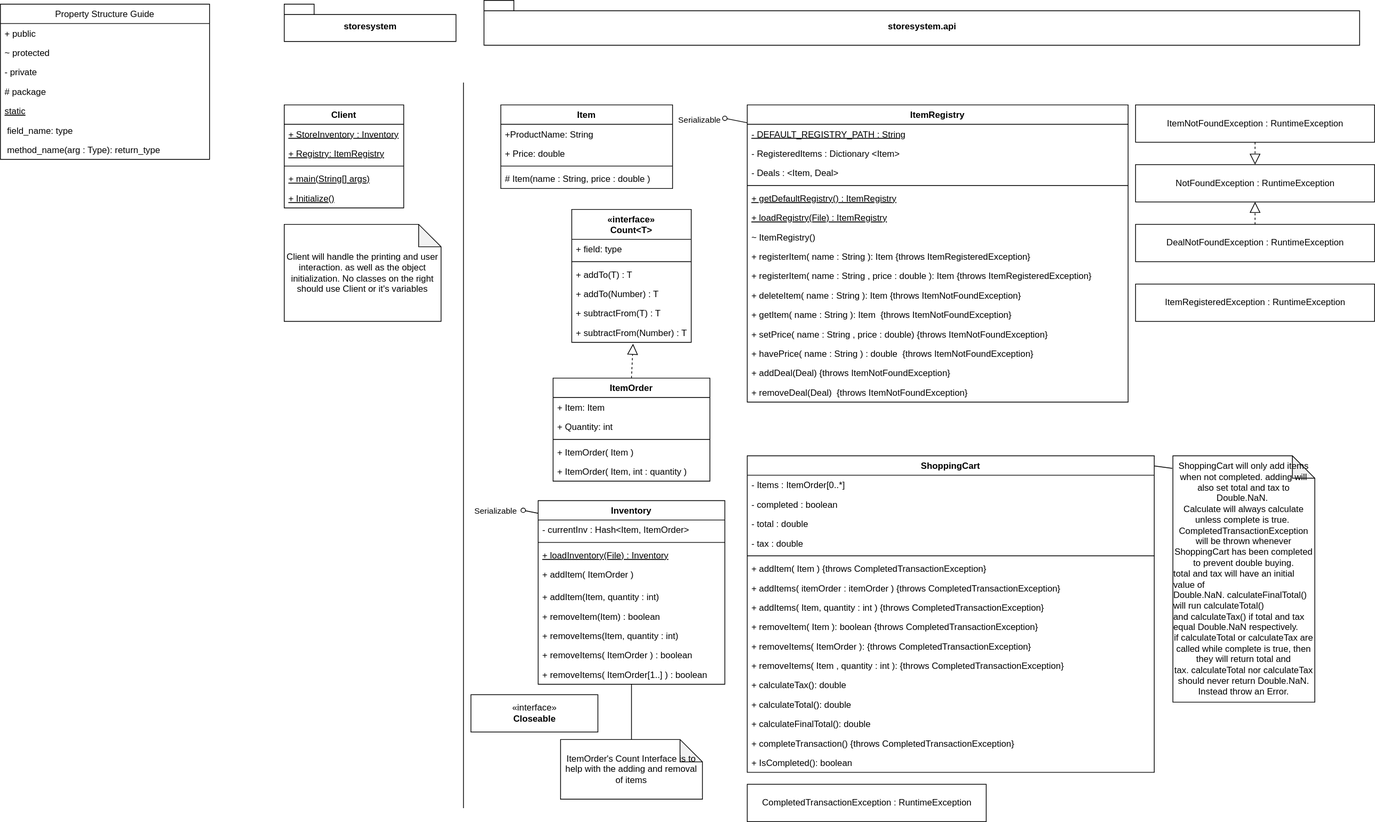
This is Diagram.svg from merlin2v/StoreSystem, a draw.io export, as it was before one commit. Source tidied: cells renumbered, new cells last; positions are measured from the earlier drawing's top-left corner, leaving out a move shared by most shapes.
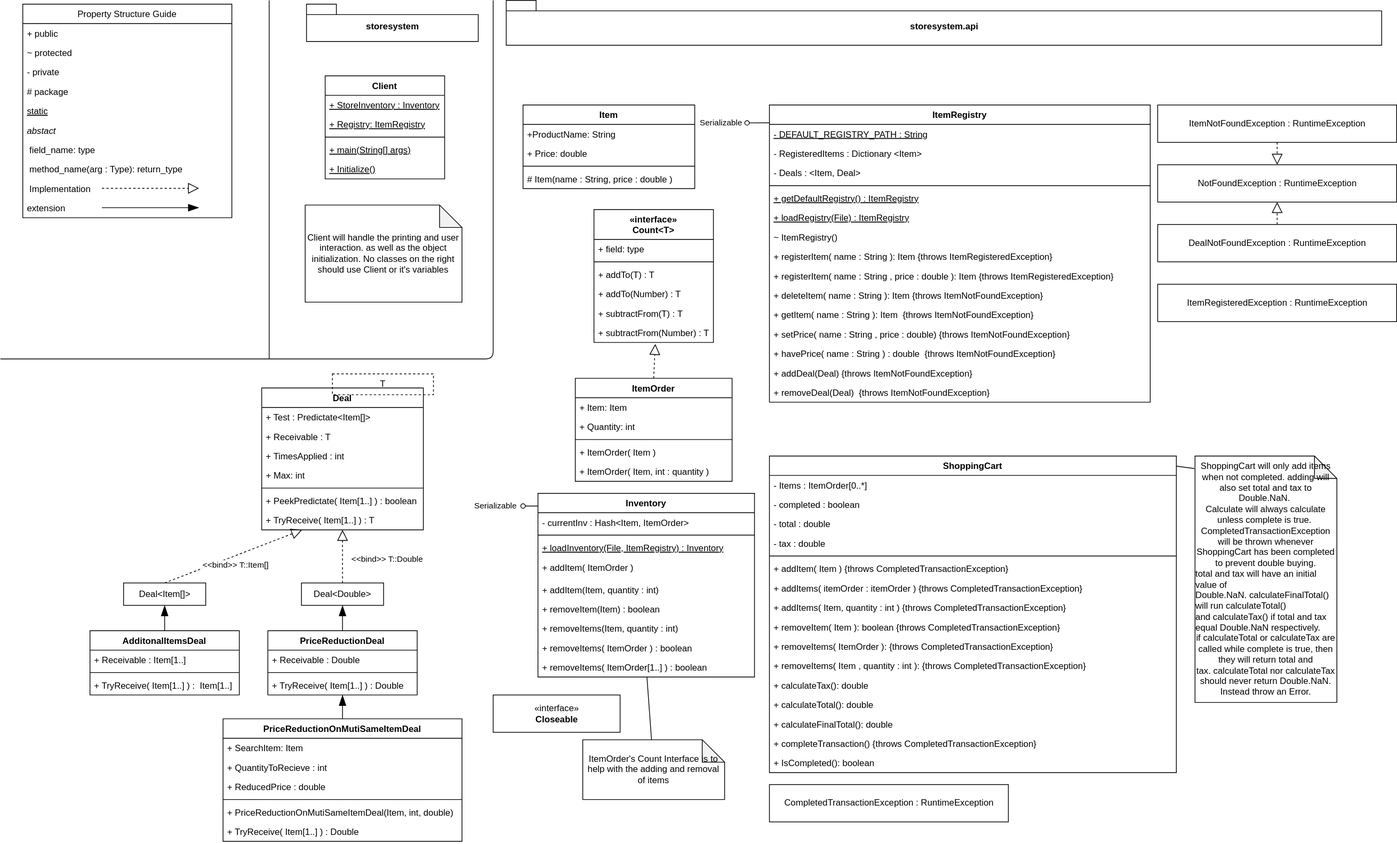
Later version of the same file.

Diff of the diagram source:
```diff
@@ -177,41 +177,41 @@
       <mxGeometry x="1520" y="380" width="320" height="50" as="geometry" />
     </mxCell>
     <mxCell id="60" value="Inventory" style="swimlane;fontStyle=1;align=center;verticalAlign=top;horizontal=1;startSize=26;fillColor=none;" parent="1" vertex="1">
-      <mxGeometry x="720" y="670" width="250" height="246" as="geometry" />
+      <mxGeometry x="690" y="660" width="290" height="246" as="geometry" />
     </mxCell>
     <mxCell id="61" value="- currentInv : Hash&lt;Item, ItemOrder&gt;" style="text;strokeColor=none;fillColor=none;align=left;verticalAlign=top;spacingLeft=4;spacingRight=4;overflow=hidden;" parent="60" vertex="1">
-      <mxGeometry y="26" width="250" height="26" as="geometry" />
+      <mxGeometry y="26" width="290" height="26" as="geometry" />
     </mxCell>
     <mxCell id="62" style="line;strokeWidth=1;fillColor=none;align=left;verticalAlign=middle;spacingTop=-1;spacingLeft=3;spacingRight=3;labelPosition=right;" parent="60" vertex="1">
-      <mxGeometry y="52" width="250" height="8" as="geometry" />
+      <mxGeometry y="52" width="290" height="8" as="geometry" />
     </mxCell>
-    <mxCell id="63" value="+ loadInventory(File) : Inventory" style="text;strokeColor=none;fillColor=none;align=left;verticalAlign=top;spacingLeft=4;spacingRight=4;overflow=hidden;startSize=26;fontStyle=4;" parent="60" vertex="1">
-      <mxGeometry y="60" width="250" height="26" as="geometry" />
+    <mxCell id="63" value="+ loadInventory(File, ItemRegistry) : Inventory" style="text;strokeColor=none;fillColor=none;align=left;verticalAlign=top;spacingLeft=4;spacingRight=4;overflow=hidden;startSize=26;fontStyle=4;" parent="60" vertex="1">
+      <mxGeometry y="60" width="290" height="26" as="geometry" />
     </mxCell>
     <mxCell id="64" value="+ addItem( ItemOrder )" style="text;strokeColor=none;fillColor=none;align=left;verticalAlign=top;spacingLeft=4;spacingRight=4;overflow=hidden;" parent="60" vertex="1">
-      <mxGeometry y="86" width="250" height="30" as="geometry" />
+      <mxGeometry y="86" width="290" height="30" as="geometry" />
     </mxCell>
     <mxCell id="65" value="+ addItem(Item, quantity : int)" style="text;strokeColor=none;fillColor=none;align=left;verticalAlign=top;spacingLeft=4;spacingRight=4;overflow=hidden;" parent="60" vertex="1">
-      <mxGeometry y="116" width="250" height="26" as="geometry" />
+      <mxGeometry y="116" width="290" height="26" as="geometry" />
     </mxCell>
     <mxCell id="66" value="+ removeItem(Item) : boolean" style="text;strokeColor=none;fillColor=none;align=left;verticalAlign=top;spacingLeft=4;spacingRight=4;overflow=hidden;" parent="60" vertex="1">
-      <mxGeometry y="142" width="250" height="26" as="geometry" />
+      <mxGeometry y="142" width="290" height="26" as="geometry" />
     </mxCell>
     <mxCell id="67" value="+ removeItems(Item, quantity : int)" style="text;strokeColor=none;fillColor=none;align=left;verticalAlign=top;spacingLeft=4;spacingRight=4;overflow=hidden;" parent="60" vertex="1">
-      <mxGeometry y="168" width="250" height="26" as="geometry" />
+      <mxGeometry y="168" width="290" height="26" as="geometry" />
     </mxCell>
     <mxCell id="68" value="+ removeItems( ItemOrder ) : boolean" style="text;strokeColor=none;fillColor=none;align=left;verticalAlign=top;spacingLeft=4;spacingRight=4;overflow=hidden;" parent="60" vertex="1">
-      <mxGeometry y="194" width="250" height="26" as="geometry" />
+      <mxGeometry y="194" width="290" height="26" as="geometry" />
     </mxCell>
     <mxCell id="69" value="+ removeItems( ItemOrder[1..] ) : boolean" style="text;strokeColor=none;fillColor=none;align=left;verticalAlign=top;spacingLeft=4;spacingRight=4;overflow=hidden;points=[[0,0.5],[1,0.5]];portConstraint=eastwest;" parent="60" vertex="1">
-      <mxGeometry y="220" width="250" height="26" as="geometry" />
+      <mxGeometry y="220" width="290" height="26" as="geometry" />
     </mxCell>
     <mxCell id="70" value="ItemOrder's Count Interface is to help with the adding and removal of items" style="shape=note;whiteSpace=wrap;html=1;backgroundOutline=1;darkOpacity=0.05;startSize=26;fillColor=none;" parent="1" vertex="1">
       <mxGeometry x="750" y="990" width="190" height="80" as="geometry" />
     </mxCell>
     <mxCell id="71" style="rounded=0;jettySize=auto;html=1;endArrow=oval;endFill=0;fontFamily=Helvetica;exitX=0;exitY=0.069;exitDx=0;exitDy=0;exitPerimeter=0;startArrow=none;startFill=0;" parent="1" edge="1" source="60">
       <mxGeometry x="10" y="370" as="geometry">
-        <mxPoint x="700" y="683" as="targetPoint" />
+        <mxPoint x="670" y="677" as="targetPoint" />
       </mxGeometry>
     </mxCell>
     <mxCell id="72" value="Serializable" style="edgeLabel;html=1;align=center;verticalAlign=middle;" parent="71" vertex="1">
@@ -223,7 +223,7 @@
       <mxGeometry x="10" y="370" as="geometry" />
     </mxCell>
     <mxCell id="74" value="Client" style="swimlane;fontStyle=1;align=center;verticalAlign=top;horizontal=1;startSize=26;strokeColor=#000000;fillColor=none;" parent="1" vertex="1">
-      <mxGeometry x="380" y="140" width="160" height="138" as="geometry" />
+      <mxGeometry x="405" y="101" width="160" height="138" as="geometry" />
     </mxCell>
     <mxCell id="75" value="+ StoreInventory : Inventory" style="text;strokeColor=none;fillColor=none;align=left;verticalAlign=top;spacingLeft=4;spacingRight=4;overflow=hidden;startSize=26;fontStyle=4;" parent="74" vertex="1">
       <mxGeometry y="26" width="160" height="26" as="geometry" />
@@ -241,11 +241,11 @@
       <mxGeometry y="112" width="160" height="26" as="geometry" />
     </mxCell>
     <mxCell id="80" value="Client will handle the printing and user interaction. as well as the object initialization. No classes on the right should use Client or it's variables" style="shape=note;whiteSpace=wrap;html=1;backgroundOutline=1;darkOpacity=0.05;startSize=26;strokeColor=#000000;fillColor=none;" parent="1" vertex="1">
-      <mxGeometry x="380" y="300" width="210" height="130" as="geometry" />
+      <mxGeometry x="378.2" y="274" width="210" height="130" as="geometry" />
     </mxCell>
     <mxCell id="81" style="rounded=0;jettySize=auto;html=1;endArrow=oval;endFill=0;fontFamily=Helvetica;exitX=0;exitY=0.06;exitDx=0;exitDy=0;startArrow=none;startFill=0;exitPerimeter=0;" parent="1" edge="1" source="30">
       <mxGeometry x="20" y="444" as="geometry">
-        <mxPoint x="970" y="158" as="targetPoint" />
+        <mxPoint x="970" y="164" as="targetPoint" />
       </mxGeometry>
     </mxCell>
     <mxCell id="82" value="Serializable" style="edgeLabel;html=1;align=center;verticalAlign=middle;" parent="81" vertex="1">
@@ -255,8 +255,11 @@
     </mxCell>
     <mxCell id="83" style="endArrow=none;html=1;fontFamily=Helvetica;" parent="1" edge="1">
       <mxGeometry relative="1" as="geometry">
-        <mxPoint x="620" y="1082" as="sourcePoint" />
-        <mxPoint x="620" y="110" as="targetPoint" />
+        <mxPoint x="-30" y="480" as="sourcePoint" />
+        <mxPoint x="630" as="targetPoint" />
+        <Array as="points">
+          <mxPoint x="630" y="480" />
+        </Array>
       </mxGeometry>
     </mxCell>
     <mxCell id="84" value="storesystem.api" style="shape=folder;fontStyle=1;spacingTop=10;tabWidth=40;tabHeight=14;tabPosition=left;html=1;startSize=26;strokeColor=#000000;fillColor=none;" parent="1" vertex="1">
@@ -266,7 +269,7 @@
       <mxGeometry x="380" y="5" width="230" height="50" as="geometry" />
     </mxCell>
     <mxCell id="86" value="Property Structure Guide" style="swimlane;fontStyle=0;horizontal=1;startSize=26;fillColor=none;strokeColor=#000000;" parent="1" vertex="1">
-      <mxGeometry y="5" width="280" height="208" as="geometry" />
+      <mxGeometry y="5" width="280" height="286" as="geometry" />
     </mxCell>
     <mxCell id="87" value="+ public" style="text;strokeColor=none;fillColor=none;align=left;verticalAlign=top;spacingLeft=4;spacingRight=4;overflow=hidden;" parent="86" vertex="1">
       <mxGeometry y="26" width="280" height="26" as="geometry" />
@@ -283,12 +286,33 @@
     <mxCell id="91" value="static" style="text;strokeColor=none;fillColor=none;align=left;verticalAlign=top;spacingLeft=4;spacingRight=4;overflow=hidden;fontStyle=4;" parent="86" vertex="1">
       <mxGeometry y="130" width="280" height="26" as="geometry" />
     </mxCell>
+    <mxCell id="98" value="abstact" style="text;strokeColor=none;fillColor=none;align=left;verticalAlign=top;spacingLeft=4;spacingRight=4;overflow=hidden;startSize=26;fontStyle=2;" parent="86" vertex="1">
+      <mxGeometry y="156" width="280" height="26" as="geometry" />
+    </mxCell>
     <mxCell id="92" value=" field_name: type" style="text;strokeColor=none;fillColor=none;align=left;verticalAlign=top;spacingLeft=4;spacingRight=4;overflow=hidden;" parent="86" vertex="1">
-      <mxGeometry y="156" width="280" height="26" as="geometry" />
+      <mxGeometry y="182" width="280" height="26" as="geometry" />
     </mxCell>
     <mxCell id="93" value=" method_name(arg : Type): return_type" style="text;strokeColor=none;fillColor=none;align=left;verticalAlign=top;spacingLeft=4;spacingRight=4;overflow=hidden;" parent="86" vertex="1">
-      <mxGeometry y="182" width="280" height="26" as="geometry" />
+      <mxGeometry y="208" width="280" height="26" as="geometry" />
     </mxCell>
+    <mxCell id="99" value=" Implementation" style="text;strokeColor=none;fillColor=none;align=left;verticalAlign=top;spacingLeft=4;spacingRight=4;overflow=hidden;dashed=1;startSize=26;" parent="86" vertex="1">
+      <mxGeometry y="234" width="280" height="26" as="geometry" />
+    </mxCell>
+    <mxCell id="100" style="endArrow=block;dashed=1;endFill=0;endSize=12;html=1;fontFamily=Helvetica;" parent="86" edge="1">
+      <mxGeometry x="-4" y="234" as="geometry">
+        <mxPoint x="106" y="246.6" as="sourcePoint" />
+        <mxPoint x="236" y="246.6" as="targetPoint" />
+      </mxGeometry>
+    </mxCell>
+    <mxCell id="101" value="extension" style="text;strokeColor=none;fillColor=none;align=left;verticalAlign=top;spacingLeft=4;spacingRight=4;overflow=hidden;dashed=1;startSize=26;" parent="86" vertex="1">
+      <mxGeometry y="260" width="280" height="26" as="geometry" />
+    </mxCell>
+    <mxCell id="102" style="endArrow=blockThin;endFill=1;endSize=12;html=1;fontFamily=Helvetica;" parent="86" edge="1">
+      <mxGeometry x="686" y="555" as="geometry">
+        <mxPoint x="106" y="272.6" as="sourcePoint" />
+        <mxPoint x="236" y="272.6" as="targetPoint" />
+      </mxGeometry>
+    </mxCell>
     <mxCell id="94" value="NotFoundException : RuntimeException" style="html=1;startSize=26;strokeColor=#000000;fillColor=none;" parent="1" vertex="1">
       <mxGeometry x="1520" y="220" width="320" height="50" as="geometry" />
     </mxCell>
@@ -301,5 +325,107 @@
     <mxCell id="97" value="ItemNotFoundException : RuntimeException" style="html=1;startSize=26;strokeColor=#000000;fillColor=none;" parent="1" vertex="1">
       <mxGeometry x="1520" y="140" width="320" height="50" as="geometry" />
     </mxCell>
+    <mxCell id="103" value="PriceReductionOnMutiSameItemDeal" style="swimlane;fontStyle=1;align=center;verticalAlign=top;horizontal=1;startSize=26;strokeColor=#000000;fillColor=none;" parent="1" vertex="1">
+      <mxGeometry x="268.2" y="962" width="320" height="164" as="geometry" />
+    </mxCell>
+    <mxCell id="104" value="+ SearchItem: Item" style="text;strokeColor=none;fillColor=none;align=left;verticalAlign=top;spacingLeft=4;spacingRight=4;overflow=hidden;dashed=1;startSize=26;" parent="103" vertex="1">
+      <mxGeometry y="26" width="320" height="26" as="geometry" />
+    </mxCell>
+    <mxCell id="105" value="+ QuantityToRecieve : int" style="text;strokeColor=none;fillColor=none;align=left;verticalAlign=top;spacingLeft=4;spacingRight=4;overflow=hidden;" parent="103" vertex="1">
+      <mxGeometry y="52" width="320" height="26" as="geometry" />
+    </mxCell>
+    <mxCell id="106" value="+ ReducedPrice : double" style="text;strokeColor=none;fillColor=none;align=left;verticalAlign=top;spacingLeft=4;spacingRight=4;overflow=hidden;dashed=1;startSize=26;" parent="103" vertex="1">
+      <mxGeometry y="78" width="320" height="26" as="geometry" />
+    </mxCell>
+    <mxCell id="107" style="line;strokeWidth=1;fillColor=none;align=left;verticalAlign=middle;spacingTop=-1;spacingLeft=3;spacingRight=3;labelPosition=right;" parent="103" vertex="1">
+      <mxGeometry y="104" width="320" height="8" as="geometry" />
+    </mxCell>
+    <mxCell id="108" value="+ PriceReductionOnMutiSameItemDeal(Item, int, double)" style="text;strokeColor=none;fillColor=none;align=left;verticalAlign=top;spacingLeft=4;spacingRight=4;overflow=hidden;dashed=1;startSize=26;" parent="103" vertex="1">
+      <mxGeometry y="112" width="320" height="26" as="geometry" />
+    </mxCell>
+    <mxCell id="109" value="+ TryReceive( Item[1..] ) : Double" style="text;strokeColor=none;fillColor=none;align=left;verticalAlign=top;spacingLeft=4;spacingRight=4;overflow=hidden;dashed=1;startSize=26;" parent="103" vertex="1">
+      <mxGeometry y="138" width="320" height="26" as="geometry" />
+    </mxCell>
+    <mxCell id="110" style="endArrow=blockThin;endFill=1;endSize=12;html=1;fontFamily=Helvetica;exitX=0.5;exitY=0;exitDx=0;exitDy=0;entryX=0.5;entryY=1;entryDx=0;entryDy=0;" parent="1" edge="1" source="123" target="122">
+      <mxGeometry relative="1" as="geometry" />
+    </mxCell>
+    <mxCell id="111" style="group;" parent="1" vertex="1">
+      <mxGeometry x="320" y="500" width="230" height="131" as="geometry" />
+    </mxCell>
+    <mxCell id="112" value="Deal" style="swimlane;fontStyle=1;align=center;verticalAlign=top;horizontal=1;startSize=26;strokeColor=#000000;fillColor=none;" parent="111" vertex="1">
+      <mxGeometry y="19" width="216.5" height="190" as="geometry" />
+    </mxCell>
+    <mxCell id="113" value="+ Test : Predictate&lt;Item[]&gt;" style="text;strokeColor=none;fillColor=none;align=left;verticalAlign=top;spacingLeft=4;spacingRight=4;overflow=hidden;" parent="112" vertex="1">
+      <mxGeometry y="26" width="216.5" height="26" as="geometry" />
+    </mxCell>
+    <mxCell id="114" value="+ Receivable : T" style="text;strokeColor=none;fillColor=none;align=left;verticalAlign=top;spacingLeft=4;spacingRight=4;overflow=hidden;startSize=26;" parent="112" vertex="1">
+      <mxGeometry y="52" width="216.5" height="26" as="geometry" />
+    </mxCell>
+    <mxCell id="115" value="+ TimesApplied : int" style="text;strokeColor=none;fillColor=none;align=left;verticalAlign=top;spacingLeft=4;spacingRight=4;overflow=hidden;dashed=1;startSize=26;" parent="112" vertex="1">
+      <mxGeometry y="78" width="216.5" height="26" as="geometry" />
+    </mxCell>
+    <mxCell id="116" value="+ Max: int" style="text;strokeColor=none;fillColor=none;align=left;verticalAlign=top;spacingLeft=4;spacingRight=4;overflow=hidden;dashed=1;startSize=26;" parent="112" vertex="1">
+      <mxGeometry y="104" width="216.5" height="26" as="geometry" />
+    </mxCell>
+    <mxCell id="117" style="line;strokeWidth=1;fillColor=none;align=left;verticalAlign=middle;spacingTop=-1;spacingLeft=3;spacingRight=3;labelPosition=right;" parent="112" vertex="1">
+      <mxGeometry y="130" width="216.5" height="8" as="geometry" />
+    </mxCell>
+    <mxCell id="118" value="+ PeekPredictate( Item[1..] ) : boolean" style="text;strokeColor=none;fillColor=none;align=left;verticalAlign=top;spacingLeft=4;spacingRight=4;overflow=hidden;" parent="112" vertex="1">
+      <mxGeometry y="138" width="216.5" height="26" as="geometry" />
+    </mxCell>
+    <mxCell id="119" value="+ TryReceive( Item[1..] ) : T" style="text;strokeColor=none;fillColor=none;align=left;verticalAlign=top;spacingLeft=4;spacingRight=4;overflow=hidden;dashed=1;startSize=26;" parent="112" vertex="1">
+      <mxGeometry y="164" width="216.5" height="26" as="geometry" />
+    </mxCell>
+    <mxCell id="120" value="T" style="html=1;startSize=26;strokeColor=#000000;fillColor=none;dashed=1;" parent="111" vertex="1">
+      <mxGeometry x="94.7" width="135.3" height="28" as="geometry" />
+    </mxCell>
+    <mxCell id="121" value="&amp;lt;&amp;lt;bind&amp;gt;&amp;gt; T::Double" style="endArrow=block;dashed=1;endFill=0;endSize=12;html=1;fontFamily=Helvetica;entryX=0.5;entryY=1;entryDx=0;entryDy=0;exitX=0.5;exitY=0;exitDx=0;exitDy=0;" parent="1" edge="1" source="122" target="112">
+      <mxGeometry x="-0.12" y="-60" relative="1" as="geometry" />
+    </mxCell>
+    <mxCell id="122" value="Deal&amp;lt;Double&amp;gt;" style="html=1;" parent="1" vertex="1">
+      <mxGeometry x="373.2" y="780" width="110" height="30" as="geometry" />
+    </mxCell>
+    <mxCell id="123" value="PriceReductionDeal" style="swimlane;fontStyle=1;align=center;verticalAlign=top;horizontal=1;startSize=26;strokeColor=#000000;fillColor=none;" parent="1" vertex="1">
+      <mxGeometry x="328.2" y="844" width="200" height="86" as="geometry" />
+    </mxCell>
+    <mxCell id="124" value="+ Receivable : Double" style="text;strokeColor=none;fillColor=none;align=left;verticalAlign=top;spacingLeft=4;spacingRight=4;overflow=hidden;startSize=26;" parent="123" vertex="1">
+      <mxGeometry y="26" width="200" height="26" as="geometry" />
+    </mxCell>
+    <mxCell id="125" style="line;strokeWidth=1;fillColor=none;align=left;verticalAlign=middle;spacingTop=-1;spacingLeft=3;spacingRight=3;labelPosition=right;" parent="123" vertex="1">
+      <mxGeometry y="52" width="200" height="8" as="geometry" />
+    </mxCell>
+    <mxCell id="126" value="+ TryReceive( Item[1..] ) : Double" style="text;strokeColor=none;fillColor=none;align=left;verticalAlign=top;spacingLeft=4;spacingRight=4;overflow=hidden;dashed=1;startSize=26;" parent="123" vertex="1">
+      <mxGeometry y="60" width="200" height="26" as="geometry" />
+    </mxCell>
+    <mxCell id="127" style="endArrow=blockThin;endFill=1;endSize=12;html=1;fontFamily=Helvetica;exitX=0.5;exitY=0;exitDx=0;exitDy=0;entryX=0.5;entryY=1;entryDx=0;entryDy=0;" parent="1" edge="1" source="103" target="123">
+      <mxGeometry relative="1" as="geometry" />
+    </mxCell>
+    <mxCell id="128" style="endArrow=blockThin;endFill=1;endSize=12;html=1;fontFamily=Helvetica;exitX=0.5;exitY=0;exitDx=0;exitDy=0;entryX=0.5;entryY=1;entryDx=0;entryDy=0;" parent="1" edge="1" source="130" target="129">
+      <mxGeometry relative="1" as="geometry" />
+    </mxCell>
+    <mxCell id="129" value="Deal&amp;lt;Item[]&amp;gt;" style="html=1;" parent="1" vertex="1">
+      <mxGeometry x="135" y="780" width="110" height="30" as="geometry" />
+    </mxCell>
+    <mxCell id="130" value="AdditonalItemsDeal" style="swimlane;fontStyle=1;align=center;verticalAlign=top;horizontal=1;startSize=26;strokeColor=#000000;fillColor=none;" parent="1" vertex="1">
+      <mxGeometry x="90" y="844" width="200" height="86" as="geometry" />
+    </mxCell>
+    <mxCell id="131" value="+ Receivable : Item[1..]" style="text;strokeColor=none;fillColor=none;align=left;verticalAlign=top;spacingLeft=4;spacingRight=4;overflow=hidden;startSize=26;" parent="130" vertex="1">
+      <mxGeometry y="26" width="200" height="26" as="geometry" />
+    </mxCell>
+    <mxCell id="132" style="line;strokeWidth=1;fillColor=none;align=left;verticalAlign=middle;spacingTop=-1;spacingLeft=3;spacingRight=3;labelPosition=right;" parent="130" vertex="1">
+      <mxGeometry y="52" width="200" height="8" as="geometry" />
+    </mxCell>
+    <mxCell id="133" value="+ TryReceive( Item[1..] ) :  Item[1..]" style="text;strokeColor=none;fillColor=none;align=left;verticalAlign=top;spacingLeft=4;spacingRight=4;overflow=hidden;dashed=1;startSize=26;" parent="130" vertex="1">
+      <mxGeometry y="60" width="200" height="26" as="geometry" />
+    </mxCell>
+    <mxCell id="134" value="&amp;lt;&amp;lt;bind&amp;gt;&amp;gt; T::Item[]" style="endArrow=block;dashed=1;endFill=0;endSize=12;html=1;fontFamily=Helvetica;exitX=0.5;exitY=0;exitDx=0;exitDy=0;entryX=0.25;entryY=1;entryDx=0;entryDy=0;" parent="1" edge="1" source="129" target="112">
+      <mxGeometry x="-0.02" y="-12" relative="1" as="geometry" />
+    </mxCell>
+    <mxCell id="135" style="endArrow=none;html=1;fontFamily=Helvetica;" parent="1" edge="1">
+      <mxGeometry relative="1" as="geometry">
+        <mxPoint x="330" y="480" as="sourcePoint" />
+        <mxPoint x="330" as="targetPoint" />
+      </mxGeometry>
+    </mxCell>
   </root>
 </mxGraphModel>
```
